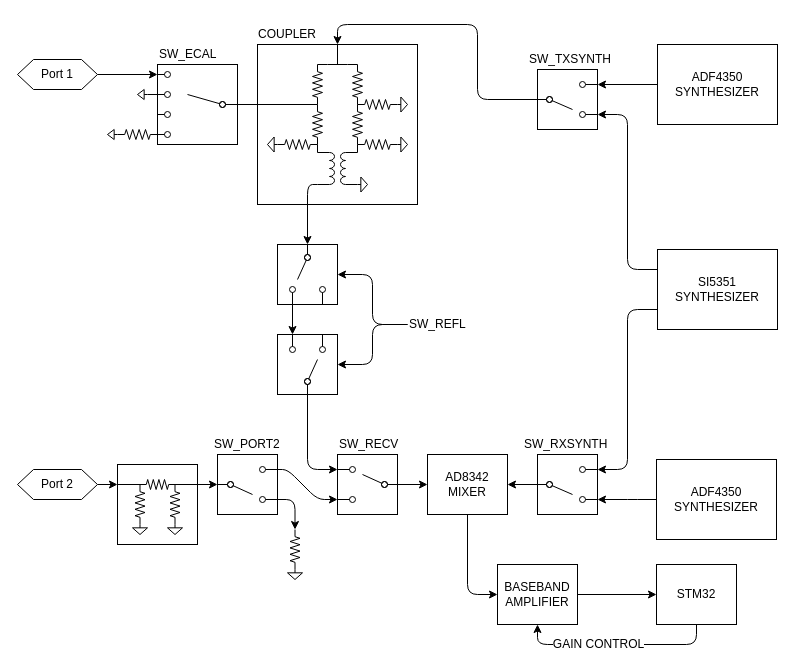
nanovna-v2/NanoVNA2 keeps this draw.io diagram as v2_0.drawio. Above is the earlier version. Source tidied: cells renumbered, new cells numbered last; positions are measured from the earlier drawing's top-left corner, leaving out a move shared by most shapes. Both pictures are drawn from the tidied source at 100%, with x=0, y=0 at pixel (17, 24).
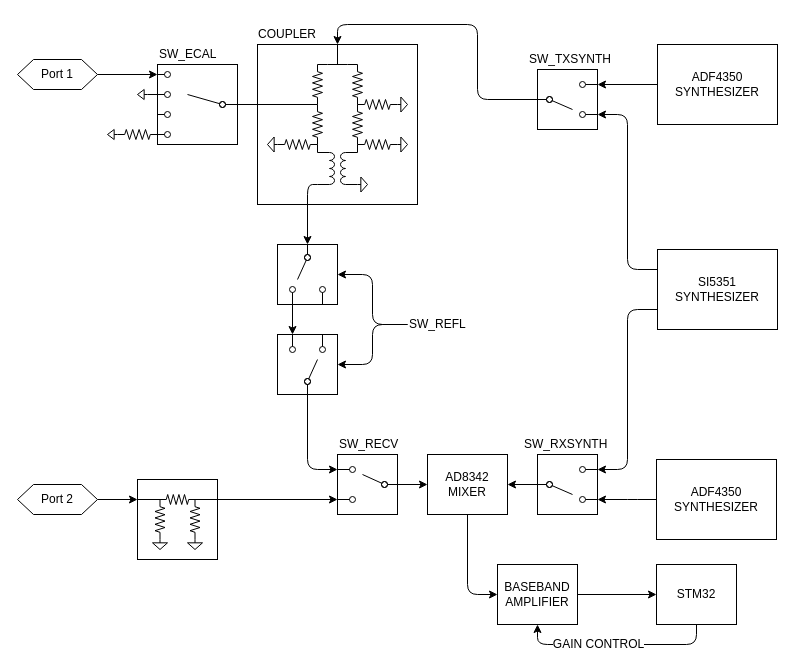
Above is the later version.

Commit message (it also covers changes not shown here):
remove duplicate block diagram

Unchanged cells that the change refers to:
```xml
<mxCell id="21" style="rounded=0;whiteSpace=wrap;html=1;" parent="20" vertex="1">
  <mxGeometry width="80" height="80" as="geometry" />
</mxCell>
<mxCell id="70" style="rounded=0;whiteSpace=wrap;html=1;rotation=0;" parent="69" vertex="1">
  <mxGeometry width="60" height="60" as="geometry" />
</mxCell>
```

What changed in the source:
```diff
@@
     <mxCell id="19" value="Port 2" style="shape=hexagon;perimeter=hexagonPerimeter2;whiteSpace=wrap;html=1;size=0.2;" parent="1" vertex="1">
-      <mxGeometry y="445" width="80" height="30" as="geometry" />
+      <mxGeometry y="460" width="80" height="30" as="geometry" />
     </mxCell>
     <mxCell id="20" style="group;" parent="1" vertex="1">
-      <mxGeometry x="100" y="440" width="80" height="80" as="geometry" />
+      <mxGeometry x="120" y="455" width="80" height="80" as="geometry" />
     </mxCell>
@@
-    <mxCell id="76" style="group;rotation=180;" parent="1" vertex="1">
-      <mxGeometry x="200" y="430" width="60" height="60" as="geometry" />
-    </mxCell>
-    <mxCell id="77" style="rounded=0;whiteSpace=wrap;html=1;rotation=180;" parent="76" vertex="1">
-      <mxGeometry width="60" height="60" as="geometry" />
-    </mxCell>
-    <mxCell id="78" style="endArrow=oval;html=1;endFill=0;exitX=0;exitY=0.25;exitDx=0;exitDy=0;" parent="76" edge="1" source="77">
-      <mxGeometry relative="1" as="geometry">
-        <mxPoint x="45" y="45" as="targetPoint" />
-      </mxGeometry>
-    </mxCell>
-    <mxCell id="79" style="endArrow=oval;html=1;endFill=0;exitX=0;exitY=0.75;exitDx=0;exitDy=0;" parent="76" edge="1" source="77">
-      <mxGeometry relative="1" as="geometry">
-        <mxPoint x="45" y="15" as="targetPoint" />
-      </mxGeometry>
-    </mxCell>
-    <mxCell id="80" style="endArrow=oval;html=1;endFill=0;" parent="76" edge="1">
-      <mxGeometry relative="1" as="geometry">
-        <mxPoint x="35" y="40" as="sourcePoint" />
-        <mxPoint x="13" y="30" as="targetPoint" />
-      </mxGeometry>
-    </mxCell>
-    <mxCell id="81" style="endArrow=oval;html=1;endFill=0;exitX=1;exitY=0.5;exitDx=0;exitDy=0;" parent="76" edge="1" source="77">
-      <mxGeometry relative="1" as="geometry">
-        <mxPoint x="13" y="30" as="targetPoint" />
-      </mxGeometry>
-    </mxCell>
-    <mxCell id="82" style="edgeStyle=orthogonalEdgeStyle;rounded=1;jettySize=auto;html=1;exitX=1;exitY=0.25;exitDx=0;exitDy=0;entryX=1;entryY=0.5;entryDx=0;entryDy=0;endArrow=classic;endFill=1;strokeColor=#000000;" parent="1" edge="1" source="21" target="77">
-      <mxGeometry relative="1" as="geometry" />
-    </mxCell>
-    <mxCell id="83" style="verticalLabelPosition=bottom;shadow=0;dashed=0;align=center;fillColor=#ffffff;html=1;verticalAlign=top;strokeWidth=1;shape=mxgraph.electrical.resistors.resistor_2;direction=south;" parent="1" vertex="1">
-      <mxGeometry x="272.5" y="505" width="10" height="40" as="geometry" />
-    </mxCell>
-    <mxCell id="84" style="verticalLabelPosition=bottom;shadow=0;dashed=0;align=center;fillColor=#ffffff;html=1;verticalAlign=top;strokeWidth=1;shape=mxgraph.electrical.signal_sources.signal_ground;" parent="1" vertex="1">
-      <mxGeometry x="270" y="545" width="15" height="10" as="geometry" />
-    </mxCell>
@@
-    <mxCell id="86" style="rounded=1;jettySize=auto;html=1;exitX=0;exitY=0.75;exitDx=0;exitDy=0;entryX=0;entryY=0.75;entryDx=0;entryDy=0;endArrow=classic;endFill=1;strokeColor=#000000;" parent="1" edge="1" source="77" target="70">
-      <mxGeometry relative="1" as="geometry">
-        <Array as="points">
-          <mxPoint x="270" y="445" />
-          <mxPoint x="300" y="475" />
-        </Array>
-      </mxGeometry>
-    </mxCell>
-    <mxCell id="87" style="edgeStyle=orthogonalEdgeStyle;rounded=1;jettySize=auto;html=1;exitX=0;exitY=0.25;exitDx=0;exitDy=0;entryX=0;entryY=0.5;entryDx=0;entryDy=0;entryPerimeter=0;endArrow=classic;endFill=1;strokeColor=#000000;" parent="1" edge="1" source="77" target="83">
-      <mxGeometry relative="1" as="geometry" />
-    </mxCell>
@@
-    <mxCell id="113" value="SW_PORT2" style="text;html=1;strokeColor=none;fillColor=none;align=left;verticalAlign=middle;whiteSpace=wrap;rounded=0;" parent="1" vertex="1">
-      <mxGeometry x="195" y="410" width="70" height="20" as="geometry" />
-    </mxCell>
@@
+    <mxCell id="116" style="edgeStyle=orthogonalEdgeStyle;rounded=1;jettySize=auto;html=1;exitX=1;exitY=0.25;exitDx=0;exitDy=0;entryX=0;entryY=0.75;entryDx=0;entryDy=0;endArrow=classic;endFill=1;strokeColor=#000000;" parent="1" edge="1" source="21" target="70">
+      <mxGeometry relative="1" as="geometry" />
+    </mxCell>
```
